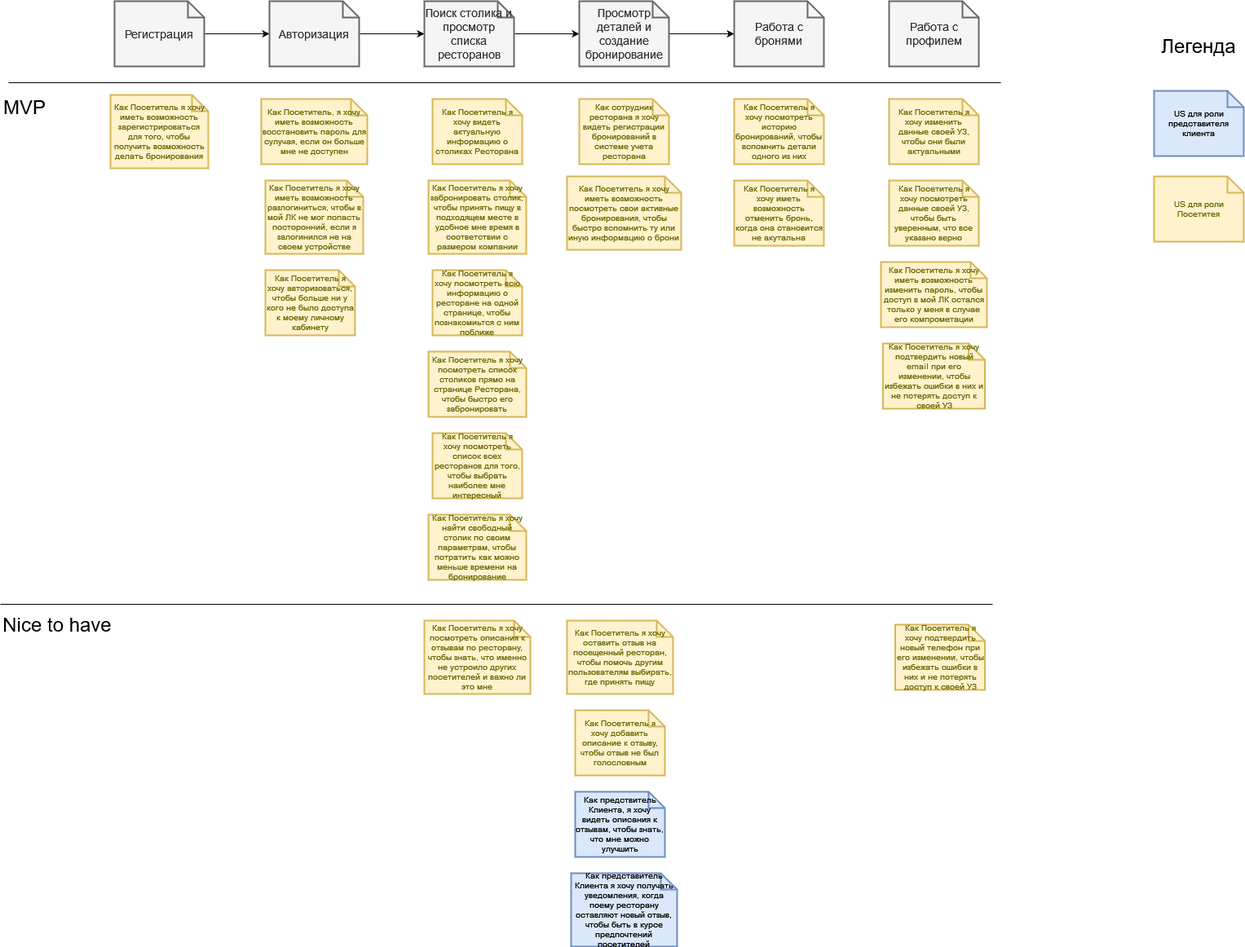
indeec05/course__final keeps this draw.io diagram as img/US-user-profile.drawio.png. Above is the earlier version. Source tidied: cells renumbered, new cells last; positions are measured from the earlier drawing's top-left corner, leaving out a move shared by most shapes. Source of this version:
```xml
<mxGraphModel>
  <root>
    <mxCell id="0" />
    <mxCell id="1" parent="0" />
    <mxCell id="2" value="Как Посетитель я хочу авторизоваться, чтобы больше ни у кого не было доступа к моему личному кабинету" style="shape=note;strokeWidth=2;fontSize=10;size=20;whiteSpace=wrap;html=1;fillColor=#fff2cc;strokeColor=#d6b656;fontColor=#666600;" parent="1" vertex="1">
      <mxGeometry x="325" y="330" width="110" height="80" as="geometry" />
    </mxCell>
    <mxCell id="3" value="Как Посетитель я хочу иметь возможность разлогиниться, чтобы в мой ЛК не мог попасть посторонний, если я залогинился не на своем устройстве" style="shape=note;strokeWidth=2;fontSize=10;size=20;whiteSpace=wrap;html=1;fillColor=#fff2cc;strokeColor=#d6b656;fontColor=#666600;" parent="1" vertex="1">
      <mxGeometry x="325" y="220" width="120" height="90" as="geometry" />
    </mxCell>
    <mxCell id="4" value="Как Посетитель я хочу иметь возможность зарегистрироваться для того, чтобы получить возможность делать бронирования" style="shape=note;strokeWidth=2;fontSize=10;size=20;whiteSpace=wrap;html=1;fillColor=#fff2cc;strokeColor=#d6b656;fontColor=#666600;" parent="1" vertex="1">
      <mxGeometry x="135" y="115" width="120" height="90" as="geometry" />
    </mxCell>
    <mxCell id="5" value="Как Посетитель, я хочу иметь возможность восстановить пароль для сулучая, если он больше мне не доступен" style="shape=note;strokeWidth=2;fontSize=10;size=20;whiteSpace=wrap;html=1;fillColor=#fff2cc;strokeColor=#d6b656;fontColor=#666600;" parent="1" vertex="1">
      <mxGeometry x="320" y="120" width="130" height="80" as="geometry" />
    </mxCell>
    <mxCell id="6" value="Как Посетитель я хочу найти свободный столик по своим параметрам, чтобы потратить как можно меньше времени на бронирование" style="shape=note;strokeWidth=2;fontSize=10;size=20;whiteSpace=wrap;html=1;fillColor=#fff2cc;strokeColor=#d6b656;fontColor=#666600;" parent="1" vertex="1">
      <mxGeometry x="525" y="630" width="120" height="80" as="geometry" />
    </mxCell>
    <mxCell id="7" value="Как Посетитель я хочу посмотреть список всех ресторанов для того, чтобы выбрать наиболее мне интересный" style="shape=note;strokeWidth=2;fontSize=10;size=20;whiteSpace=wrap;html=1;fillColor=#fff2cc;strokeColor=#d6b656;fontColor=#666600;" parent="1" vertex="1">
      <mxGeometry x="530" y="530" width="110" height="80" as="geometry" />
    </mxCell>
    <mxCell id="8" value="Как Посетитель я хочу посмотреть всю информацию о ресторане на одной странице, чтобы познакомиьтся с ним поближе" style="shape=note;strokeWidth=2;fontSize=10;size=20;whiteSpace=wrap;html=1;fillColor=#fff2cc;strokeColor=#d6b656;fontColor=#666600;" parent="1" vertex="1">
      <mxGeometry x="530" y="330" width="110" height="80" as="geometry" />
    </mxCell>
    <mxCell id="9" value="Как Посетитель я хочу забронировать столик, чтобы принять пищу в подходящем месте в удобное мне время в соответствии с размером компании" style="shape=note;strokeWidth=2;fontSize=10;size=20;whiteSpace=wrap;html=1;fillColor=#fff2cc;strokeColor=#d6b656;fontColor=#666600;" parent="1" vertex="1">
      <mxGeometry x="525" y="220" width="120" height="90" as="geometry" />
    </mxCell>
    <mxCell id="10" value="Как сотрудник ресторана я хочу видеть регистрации бронирований в системе учета ресторана" style="shape=note;strokeWidth=2;fontSize=10;size=20;whiteSpace=wrap;html=1;fillColor=#fff2cc;strokeColor=#d6b656;fontColor=#666600;" parent="1" vertex="1">
      <mxGeometry x="710" y="120" width="110" height="80" as="geometry" />
    </mxCell>
    <mxCell id="11" value="Как Посетитель я хочу посмотреть список столиков прямо на странице Ресторана, чтобы быстро его забронировать" style="shape=note;strokeWidth=2;fontSize=10;size=20;whiteSpace=wrap;html=1;fillColor=#fff2cc;strokeColor=#d6b656;fontColor=#666600;" parent="1" vertex="1">
      <mxGeometry x="525" y="430" width="120" height="80" as="geometry" />
    </mxCell>
    <mxCell id="12" value="Как Посетитель я хочу иметь возможность посмотреть свои активные бронирования, чтобы быстро вспомнить ту или иную информацию о брони" style="shape=note;strokeWidth=2;fontSize=10;size=20;whiteSpace=wrap;html=1;fillColor=#fff2cc;strokeColor=#d6b656;fontColor=#666600;" parent="1" vertex="1">
      <mxGeometry x="695" y="215" width="140" height="90" as="geometry" />
    </mxCell>
    <mxCell id="13" value="Как Посетитель я хочу посмотреть историю бронирований, чтобы вспомнить детали одного из них" style="shape=note;strokeWidth=2;fontSize=10;size=20;whiteSpace=wrap;html=1;fillColor=#fff2cc;strokeColor=#d6b656;fontColor=#666600;" parent="1" vertex="1">
      <mxGeometry x="900" y="120" width="110" height="80" as="geometry" />
    </mxCell>
    <mxCell id="14" value="Как Посетитель я хочу оставить отзыв на посещенный ресторан, чтобы помочь другим пользователям выбирать, где принять пищу" style="shape=note;strokeWidth=2;fontSize=10;size=20;whiteSpace=wrap;html=1;fillColor=#fff2cc;strokeColor=#d6b656;fontColor=#666600;" parent="1" vertex="1">
      <mxGeometry x="695" y="760" width="130" height="90" as="geometry" />
    </mxCell>
    <mxCell id="15" value="Как Посетитель я хочу добавить описание к отзыву, чтобы отзыв не был голословным" style="shape=note;strokeWidth=2;fontSize=10;size=20;whiteSpace=wrap;html=1;fillColor=#fff2cc;strokeColor=#d6b656;fontColor=#666600;" parent="1" vertex="1">
      <mxGeometry x="705" y="870" width="110" height="80" as="geometry" />
    </mxCell>
    <mxCell id="16" value="Как Посетитель я хочу посмотреть описания к отзывам по ресторану, чтобы знать, что именно не устроило других посетителей и важно ли это мне" style="shape=note;strokeWidth=2;fontSize=10;size=20;whiteSpace=wrap;html=1;fillColor=#fff2cc;strokeColor=#d6b656;fontColor=#666600;" parent="1" vertex="1">
      <mxGeometry x="520" y="760" width="130" height="90" as="geometry" />
    </mxCell>
    <mxCell id="17" value="Как предствитель Клиента, я хочу видеть описания к отзывам, чтобы знать, что мне можно улучшить" style="shape=note;strokeWidth=2;fontSize=10;size=20;whiteSpace=wrap;html=1;fillColor=#dae8fc;strokeColor=#6c8ebf;" parent="1" vertex="1">
      <mxGeometry x="705" y="970" width="110" height="80" as="geometry" />
    </mxCell>
    <mxCell id="18" value="Как Посетитель я хочу посмотреть данные своей УЗ, чтобы быть уверенным, что все указано верно" style="shape=note;strokeWidth=2;fontSize=10;size=20;whiteSpace=wrap;html=1;fillColor=#fff2cc;strokeColor=#d6b656;fontColor=#666600;" parent="1" vertex="1">
      <mxGeometry x="1090" y="220" width="110" height="80" as="geometry" />
    </mxCell>
    <mxCell id="19" value="Как Посетитель я хочу подтвердить новый телефон при его изменении, чтобы избежать ошибки в них и не потерять доступ к своей УЗ" style="shape=note;strokeWidth=2;fontSize=10;size=20;whiteSpace=wrap;html=1;fillColor=#fff2cc;strokeColor=#d6b656;fontColor=#666600;" parent="1" vertex="1">
      <mxGeometry x="1097.5" y="765" width="110" height="80" as="geometry" />
    </mxCell>
    <mxCell id="20" value="Как Посетитель я хочу подтвердить новый email при его изменении, чтобы избежать ошибки в них и не потерять доступ к своей УЗ" style="shape=note;strokeWidth=2;fontSize=10;size=20;whiteSpace=wrap;html=1;fillColor=#fff2cc;strokeColor=#d6b656;fontColor=#666600;" parent="1" vertex="1">
      <mxGeometry x="1082.5" y="420" width="125" height="80" as="geometry" />
    </mxCell>
    <mxCell id="21" value="Как представитель Клиента я хочу получать уведомления, когда поему ресторану оставляют новый отзыв, чтобы быть в курсе предпочтений посетителей" style="shape=note;strokeWidth=2;fontSize=10;size=20;whiteSpace=wrap;html=1;fillColor=#dae8fc;strokeColor=#6c8ebf;" parent="1" vertex="1">
      <mxGeometry x="700" y="1070" width="130" height="90" as="geometry" />
    </mxCell>
    <mxCell id="22" value="Как Посетитель я хочу иметь возможность отменить бронь, когда она становится не акутальна" style="shape=note;strokeWidth=2;fontSize=10;size=20;whiteSpace=wrap;html=1;fillColor=#fff2cc;strokeColor=#d6b656;fontColor=#666600;" parent="1" vertex="1">
      <mxGeometry x="900" y="220" width="110" height="80" as="geometry" />
    </mxCell>
    <mxCell id="23" value="Как Посетитель я хочу иметь возможность изменить пароль, чтобы доступ в мой ЛК остался только у меня в случае его компрометации" style="shape=note;strokeWidth=2;fontSize=10;size=20;whiteSpace=wrap;html=1;fillColor=#fff2cc;strokeColor=#d6b656;fontColor=#666600;" parent="1" vertex="1">
      <mxGeometry x="1080" y="320" width="130" height="80" as="geometry" />
    </mxCell>
    <mxCell id="24" value="Как Посетитель я хочу видеть актуальную информацию о столиках Ресторана" style="shape=note;strokeWidth=2;fontSize=10;size=20;whiteSpace=wrap;html=1;fillColor=#fff2cc;strokeColor=#d6b656;fontColor=#666600;" parent="1" vertex="1">
      <mxGeometry x="530" y="120" width="110" height="80" as="geometry" />
    </mxCell>
    <mxCell id="25" value="Как Посетитель я хочу изменить данные своей УЗ, чтобы они были актуальными" style="shape=note;strokeWidth=2;fontSize=10;size=20;whiteSpace=wrap;html=1;fillColor=#fff2cc;strokeColor=#d6b656;fontColor=#666600;" parent="1" vertex="1">
      <mxGeometry x="1090" y="120" width="110" height="80" as="geometry" />
    </mxCell>
    <mxCell id="26" style="edgeStyle=orthogonalEdgeStyle;rounded=0;jettySize=auto;html=1;" parent="1" edge="1" source="27" target="29">
      <mxGeometry relative="1" as="geometry" />
    </mxCell>
    <mxCell id="27" value="Регистрация" style="shape=note;strokeWidth=2;fontSize=14;size=20;whiteSpace=wrap;html=1;fillColor=#f5f5f5;fontColor=#333333;strokeColor=#666666;" parent="1" vertex="1">
      <mxGeometry x="140" width="110" height="80" as="geometry" />
    </mxCell>
    <mxCell id="28" style="edgeStyle=orthogonalEdgeStyle;rounded=0;jettySize=auto;html=1;" parent="1" edge="1" source="29" target="31">
      <mxGeometry relative="1" as="geometry" />
    </mxCell>
    <mxCell id="29" value="Авторизация" style="shape=note;strokeWidth=2;fontSize=14;size=20;whiteSpace=wrap;html=1;fillColor=#f5f5f5;fontColor=#333333;strokeColor=#666666;" parent="1" vertex="1">
      <mxGeometry x="330" width="110" height="80" as="geometry" />
    </mxCell>
    <mxCell id="30" style="edgeStyle=orthogonalEdgeStyle;rounded=0;jettySize=auto;html=1;" parent="1" edge="1" source="31" target="33">
      <mxGeometry relative="1" as="geometry" />
    </mxCell>
    <mxCell id="31" value="Поиск столика и просмотр списка ресторанов" style="shape=note;strokeWidth=2;fontSize=14;size=20;whiteSpace=wrap;html=1;fillColor=#f5f5f5;fontColor=#333333;strokeColor=#666666;" parent="1" vertex="1">
      <mxGeometry x="520" width="110" height="80" as="geometry" />
    </mxCell>
    <mxCell id="32" style="edgeStyle=orthogonalEdgeStyle;rounded=0;jettySize=auto;html=1;" parent="1" edge="1" source="33" target="34">
      <mxGeometry relative="1" as="geometry" />
    </mxCell>
    <mxCell id="33" value="Просмотр деталей и создание бронирование" style="shape=note;strokeWidth=2;fontSize=14;size=20;whiteSpace=wrap;html=1;fillColor=#f5f5f5;fontColor=#333333;strokeColor=#666666;" parent="1" vertex="1">
      <mxGeometry x="710" width="110" height="80" as="geometry" />
    </mxCell>
    <mxCell id="34" value="Работа с бронями" style="shape=note;strokeWidth=2;fontSize=14;size=20;whiteSpace=wrap;html=1;fillColor=#f5f5f5;fontColor=#333333;strokeColor=#666666;" parent="1" vertex="1">
      <mxGeometry x="900" width="110" height="80" as="geometry" />
    </mxCell>
    <mxCell id="35" value="Работа с профилем" style="shape=note;strokeWidth=2;fontSize=14;size=20;whiteSpace=wrap;html=1;fillColor=#f5f5f5;fontColor=#333333;strokeColor=#666666;" parent="1" vertex="1">
      <mxGeometry x="1090" width="110" height="80" as="geometry" />
    </mxCell>
    <mxCell id="36" value="MVP" style="text;html=1;strokeColor=none;fillColor=none;align=center;verticalAlign=middle;whiteSpace=wrap;rounded=0;fontSize=24;" parent="1" vertex="1">
      <mxGeometry y="115" width="60" height="30" as="geometry" />
    </mxCell>
    <mxCell id="37" style="endArrow=none;html=1;rounded=0;fontSize=24;" parent="1" edge="1">
      <mxGeometry relative="1" as="geometry">
        <mxPoint x="10" y="100" as="sourcePoint" />
        <mxPoint x="1227.1" y="100" as="targetPoint" />
      </mxGeometry>
    </mxCell>
    <mxCell id="38" style="endArrow=none;html=1;rounded=0;fontSize=24;" parent="1" edge="1">
      <mxGeometry relative="1" as="geometry">
        <mxPoint y="740" as="sourcePoint" />
        <mxPoint x="1217.1" y="740" as="targetPoint" />
      </mxGeometry>
    </mxCell>
    <mxCell id="39" value="Nice to have" style="text;html=1;strokeColor=none;fillColor=none;align=center;verticalAlign=middle;whiteSpace=wrap;rounded=0;fontSize=24;" parent="1" vertex="1">
      <mxGeometry y="750" width="140" height="30" as="geometry" />
    </mxCell>
    <mxCell id="40" value="Легенда" style="text;html=1;strokeColor=none;fillColor=none;align=center;verticalAlign=middle;whiteSpace=wrap;rounded=0;fontSize=24;" parent="1" vertex="1">
      <mxGeometry x="1440" y="40" width="60" height="30" as="geometry" />
    </mxCell>
    <mxCell id="41" value="US для роли представителя клиента" style="shape=note;strokeWidth=2;fontSize=10;size=20;whiteSpace=wrap;fillColor=#dae8fc;strokeColor=#6c8ebf;html=1;" parent="1" vertex="1">
      <mxGeometry x="1415" y="110" width="110" height="80" as="geometry" />
    </mxCell>
    <mxCell id="42" value="US для роли Посетитея" style="shape=note;strokeWidth=2;fontSize=10;size=20;whiteSpace=wrap;fillColor=#fff2cc;strokeColor=#d6b656;fontColor=#666600;html=1;" parent="1" vertex="1">
      <mxGeometry x="1415" y="215" width="110" height="80" as="geometry" />
    </mxCell>
  </root>
</mxGraphModel>
```
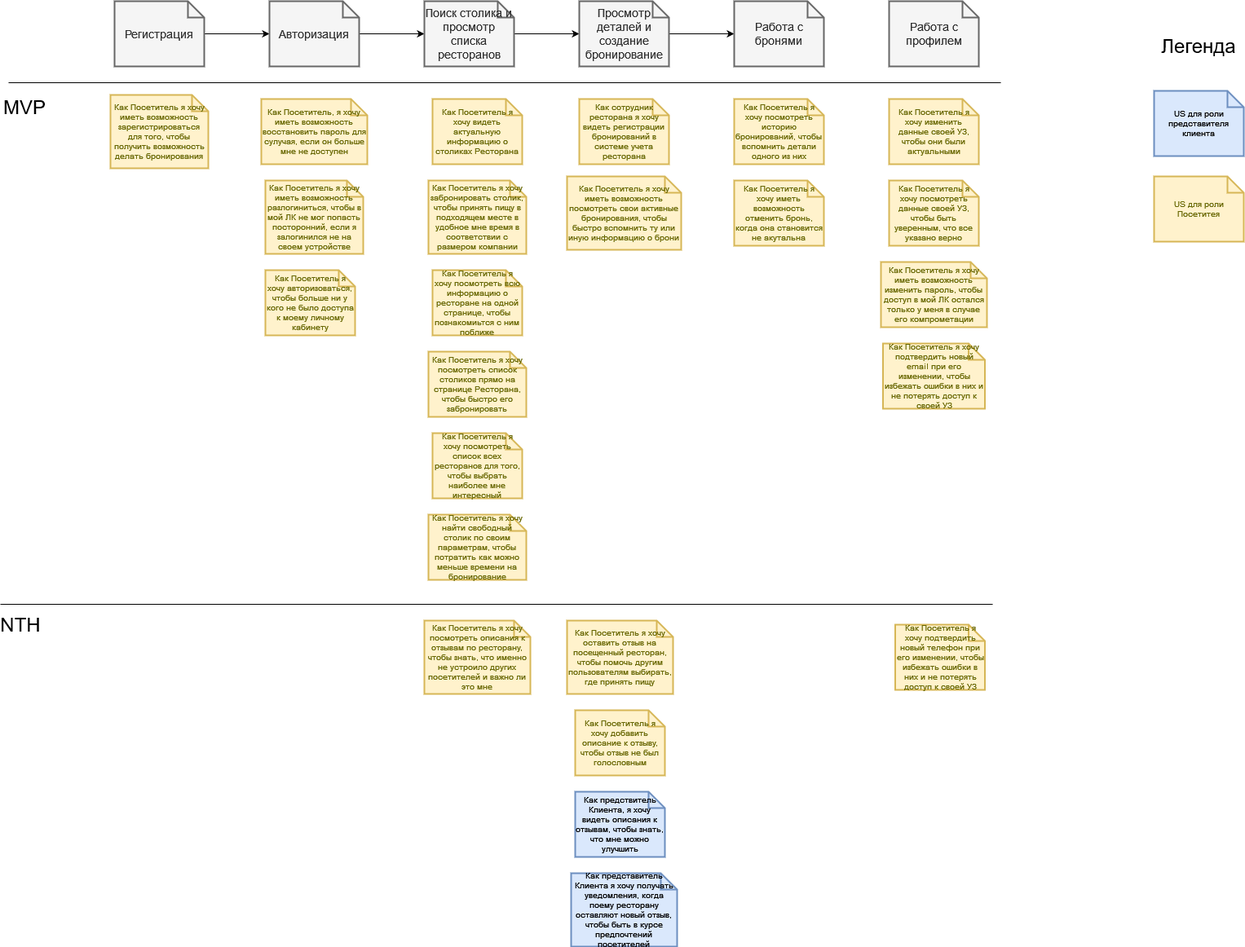
After the commit.

The edit, as a diff of the source:
```diff
@@ -119,8 +119,8 @@
         <mxPoint x="1217.1" y="740" as="targetPoint" />
       </mxGeometry>
     </mxCell>
-    <mxCell id="39" value="Nice to have" style="text;html=1;strokeColor=none;fillColor=none;align=center;verticalAlign=middle;whiteSpace=wrap;rounded=0;fontSize=24;" parent="1" vertex="1">
-      <mxGeometry y="750" width="140" height="30" as="geometry" />
+    <mxCell id="39" value="NTH" style="text;html=1;strokeColor=none;fillColor=none;align=center;verticalAlign=middle;whiteSpace=wrap;rounded=0;fontSize=24;" parent="1" vertex="1">
+      <mxGeometry y="750" width="50" height="30" as="geometry" />
     </mxCell>
     <mxCell id="40" value="Легенда" style="text;html=1;strokeColor=none;fillColor=none;align=center;verticalAlign=middle;whiteSpace=wrap;rounded=0;fontSize=24;" parent="1" vertex="1">
       <mxGeometry x="1440" y="40" width="60" height="30" as="geometry" />
```
